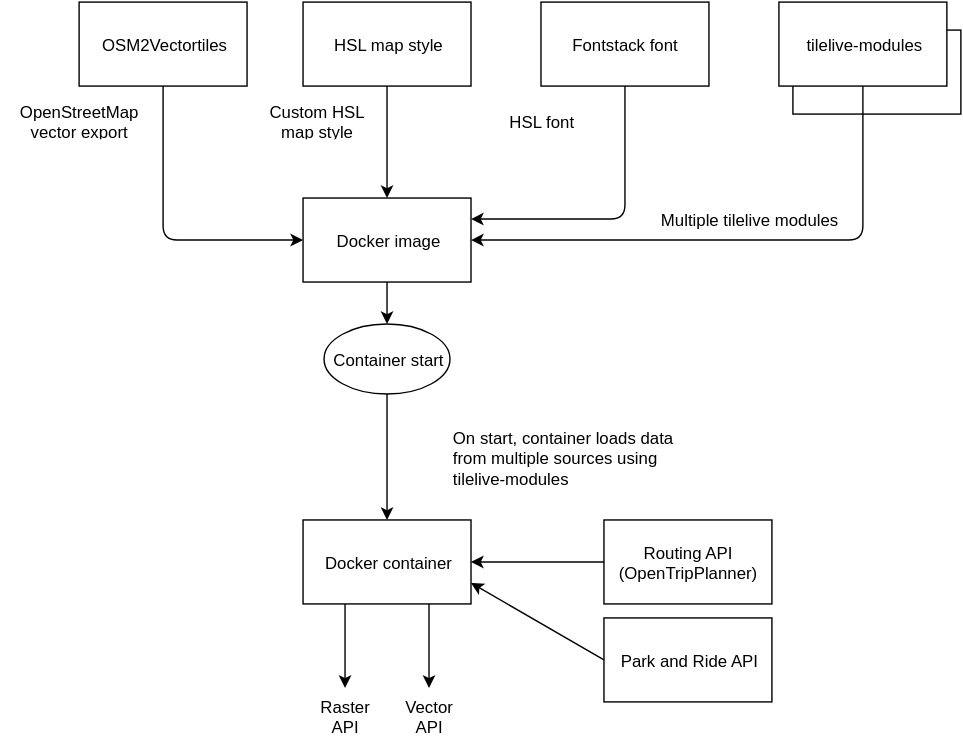
Earlier version of the draw.io export pages/en/developers/apis/3-map-api/x-service-architecture/architecture.svg (HSLdevcom/digitransit-site). Source tidied: cells renumbered, new cells last; positions are measured from the earlier drawing's top-left corner, leaving out a move shared by most shapes. Its diagram source:
```xml
<mxGraphModel background="#ffffff">
  <root>
    <mxCell id="0" />
    <mxCell id="1" parent="0" />
    <mxCell id="2" value="&lt;div style=&quot;text-align: center&quot;&gt;&lt;span&gt;HSL map style&lt;/span&gt;&lt;span&gt;&lt;br&gt;&lt;/span&gt;&lt;/div&gt;" style="whiteSpace=wrap;html=1;rounded=0;shadow=0;glass=0;strokeColor=#000000;fillColor=#FFFFFF;align=center;" parent="1" vertex="1">
      <mxGeometry x="215" width="120" height="60" as="geometry" />
    </mxCell>
    <mxCell id="3" value="&lt;div style=&quot;text-align: center&quot;&gt;Docker image&lt;/div&gt;" style="whiteSpace=wrap;html=1;rounded=0;shadow=0;glass=0;strokeColor=#000000;fillColor=#FFFFFF;align=center;" parent="1" vertex="1">
      <mxGeometry x="215" y="140" width="120" height="60" as="geometry" />
    </mxCell>
    <mxCell id="4" value="&lt;div style=&quot;text-align: center&quot;&gt;OSM2Vectortiles&lt;/div&gt;" style="whiteSpace=wrap;html=1;rounded=0;shadow=0;glass=0;strokeColor=#000000;fillColor=#FFFFFF;align=center;" parent="1" vertex="1">
      <mxGeometry x="55" width="120" height="60" as="geometry" />
    </mxCell>
    <mxCell id="5" value="&lt;div style=&quot;text-align: center&quot;&gt;&lt;span style=&quot;line-height: 1.2&quot;&gt;tilelive-modules&lt;br&gt;&lt;/span&gt;&lt;/div&gt;" style="whiteSpace=wrap;html=1;rounded=0;shadow=0;glass=0;strokeColor=#000000;fillColor=#FFFFFF;align=center;" parent="1" vertex="1">
      <mxGeometry x="565" y="20" width="120" height="60" as="geometry" />
    </mxCell>
    <mxCell id="6" style="endArrow=classic;html=1;exitX=0.5;exitY=1;entryX=0;entryY=0.5;" parent="1" edge="1" source="4" target="3">
      <mxGeometry relative="1" as="geometry">
        <Array as="points">
          <mxPoint x="115" y="170" />
        </Array>
      </mxGeometry>
    </mxCell>
    <mxCell id="7" style="endArrow=classic;html=1;exitX=0.5;exitY=1;entryX=0.5;entryY=0;" parent="1" edge="1" source="2" target="3">
      <mxGeometry relative="1" as="geometry" />
    </mxCell>
    <mxCell id="8" style="endArrow=classic;html=1;exitX=0.5;exitY=1;entryX=0.5;entryY=0;" parent="1" edge="1" source="3" target="15">
      <mxGeometry relative="1" as="geometry" />
    </mxCell>
    <mxCell id="9" value="OpenStreetMap vector export" style="text;html=1;strokeColor=none;fillColor=none;align=center;verticalAlign=middle;whiteSpace=wrap;overflow=hidden;rounded=0;shadow=0;glass=0;" parent="1" vertex="1">
      <mxGeometry y="70" width="110" height="30" as="geometry" />
    </mxCell>
    <mxCell id="10" value="&lt;div style=&quot;text-align: center&quot;&gt;&lt;span&gt;Fontstack font&lt;/span&gt;&lt;span&gt;&lt;br&gt;&lt;/span&gt;&lt;/div&gt;" style="whiteSpace=wrap;html=1;rounded=0;shadow=0;glass=0;strokeColor=#000000;fillColor=#FFFFFF;align=center;" parent="1" vertex="1">
      <mxGeometry x="385" width="120" height="60" as="geometry" />
    </mxCell>
    <mxCell id="11" style="endArrow=classic;html=1;exitX=0.5;exitY=1;entryX=1;entryY=0.25;" parent="1" edge="1" source="10" target="3">
      <mxGeometry x="287" y="100" as="geometry">
        <Array as="points">
          <mxPoint x="445" y="155" />
        </Array>
      </mxGeometry>
    </mxCell>
    <mxCell id="12" value="Custom HSL map style" style="text;html=1;strokeColor=none;fillColor=none;align=center;verticalAlign=middle;whiteSpace=wrap;overflow=hidden;rounded=0;shadow=0;glass=0;" parent="1" vertex="1">
      <mxGeometry x="185" y="70" width="80" height="30" as="geometry" />
    </mxCell>
    <mxCell id="13" value="HSL font" style="text;html=1;strokeColor=none;fillColor=none;align=center;verticalAlign=middle;whiteSpace=wrap;overflow=hidden;rounded=0;shadow=0;glass=0;" parent="1" vertex="1">
      <mxGeometry x="340" y="70" width="90" height="30" as="geometry" />
    </mxCell>
    <mxCell id="14" style="edgeStyle=orthogonalEdgeStyle;rounded=0;html=1;exitX=0.5;exitY=1;jettySize=auto;orthogonalLoop=1;" parent="1" edge="1" source="9" target="9">
      <mxGeometry relative="1" as="geometry" />
    </mxCell>
    <mxCell id="15" value="Container start" style="ellipse;whiteSpace=wrap;html=1;align=center;" parent="1" vertex="1">
      <mxGeometry x="230" y="230" width="90" height="50" as="geometry" />
    </mxCell>
    <mxCell id="16" value="&lt;div style=&quot;text-align: center&quot;&gt;&lt;span style=&quot;line-height: 1.2&quot;&gt;tilelive-modules&lt;br&gt;&lt;/span&gt;&lt;/div&gt;" style="whiteSpace=wrap;html=1;rounded=0;shadow=0;glass=0;strokeColor=#000000;fillColor=#FFFFFF;align=center;" parent="1" vertex="1">
      <mxGeometry x="555" width="120" height="60" as="geometry" />
    </mxCell>
    <mxCell id="17" style="endArrow=classic;html=1;exitX=0.5;exitY=1;entryX=1;entryY=0.5;" parent="1" edge="1" source="16" target="3">
      <mxGeometry x="297" y="110" as="geometry">
        <Array as="points">
          <mxPoint x="615" y="170" />
        </Array>
      </mxGeometry>
    </mxCell>
    <mxCell id="18" value="Multiple tilelive modules" style="text;html=1;strokeColor=none;fillColor=none;align=center;verticalAlign=middle;whiteSpace=wrap;overflow=hidden;rounded=0;shadow=0;glass=0;" parent="1" vertex="1">
      <mxGeometry x="445" y="140" width="175" height="30" as="geometry" />
    </mxCell>
    <mxCell id="19" value="&lt;div style=&quot;text-align: center&quot;&gt;Routing API (OpenTripPlanner)&lt;/div&gt;" style="whiteSpace=wrap;html=1;rounded=0;shadow=0;glass=0;strokeColor=#000000;fillColor=#FFFFFF;align=center;" parent="1" vertex="1">
      <mxGeometry x="430" y="370" width="120" height="60" as="geometry" />
    </mxCell>
    <mxCell id="20" value="&lt;div style=&quot;text-align: center&quot;&gt;Park and Ride API&lt;/div&gt;" style="whiteSpace=wrap;html=1;rounded=0;shadow=0;glass=0;strokeColor=#000000;fillColor=#FFFFFF;align=center;" parent="1" vertex="1">
      <mxGeometry x="430" y="440" width="120" height="60" as="geometry" />
    </mxCell>
    <mxCell id="21" value="&lt;div style=&quot;text-align: center&quot;&gt;Docker container&lt;/div&gt;" style="whiteSpace=wrap;html=1;rounded=0;shadow=0;glass=0;strokeColor=#000000;fillColor=#FFFFFF;align=center;" parent="1" vertex="1">
      <mxGeometry x="215" y="370" width="120" height="60" as="geometry" />
    </mxCell>
    <mxCell id="22" style="endArrow=classic;html=1;exitX=0.5;exitY=1;entryX=0.5;entryY=0;" parent="1" edge="1" source="15" target="21">
      <mxGeometry x="360" y="240" as="geometry" />
    </mxCell>
    <mxCell id="23" style="endArrow=classic;html=1;exitX=0;exitY=0.5;entryX=1;entryY=0.75;" parent="1" edge="1" source="20" target="21">
      <mxGeometry x="307" y="120" as="geometry" />
    </mxCell>
    <mxCell id="24" style="endArrow=classic;html=1;exitX=0;exitY=0.5;entryX=1;entryY=0.5;" parent="1" edge="1" source="19" target="21">
      <mxGeometry relative="1" as="geometry" />
    </mxCell>
    <mxCell id="25" style="edgeStyle=orthogonalEdgeStyle;rounded=0;html=1;exitX=0;exitY=0.5;entryX=0;entryY=0.5;jettySize=auto;orthogonalLoop=1;" parent="1" edge="1" source="19" target="19">
      <mxGeometry relative="1" as="geometry" />
    </mxCell>
    <mxCell id="26" value="On start, container loads data from multiple sources using tilelive-modules" style="text;html=1;strokeColor=none;fillColor=none;align=left;verticalAlign=middle;whiteSpace=wrap;overflow=hidden;rounded=0;shadow=0;glass=0;" parent="1" vertex="1">
      <mxGeometry x="320" y="290" width="180" height="70" as="geometry" />
    </mxCell>
    <mxCell id="27" style="endArrow=classic;html=1;exitX=0.25;exitY=1;" parent="1" edge="1" source="21">
      <mxGeometry x="340" y="400" as="geometry">
        <mxPoint x="245" y="490" as="targetPoint" />
      </mxGeometry>
    </mxCell>
    <mxCell id="28" style="endArrow=classic;html=1;exitX=0.75;exitY=1;" parent="1" edge="1" source="21">
      <mxGeometry x="350" y="410" as="geometry">
        <mxPoint x="305" y="490" as="targetPoint" />
      </mxGeometry>
    </mxCell>
    <mxCell id="29" value="Raster API" style="text;html=1;strokeColor=none;fillColor=none;align=center;verticalAlign=middle;whiteSpace=wrap;overflow=hidden;" parent="1" vertex="1">
      <mxGeometry x="215" y="490" width="60" height="40" as="geometry" />
    </mxCell>
    <mxCell id="30" value="Vector API" style="text;html=1;strokeColor=none;fillColor=none;align=center;verticalAlign=middle;whiteSpace=wrap;overflow=hidden;" parent="1" vertex="1">
      <mxGeometry x="275" y="490" width="60" height="40" as="geometry" />
    </mxCell>
  </root>
</mxGraphModel>
```
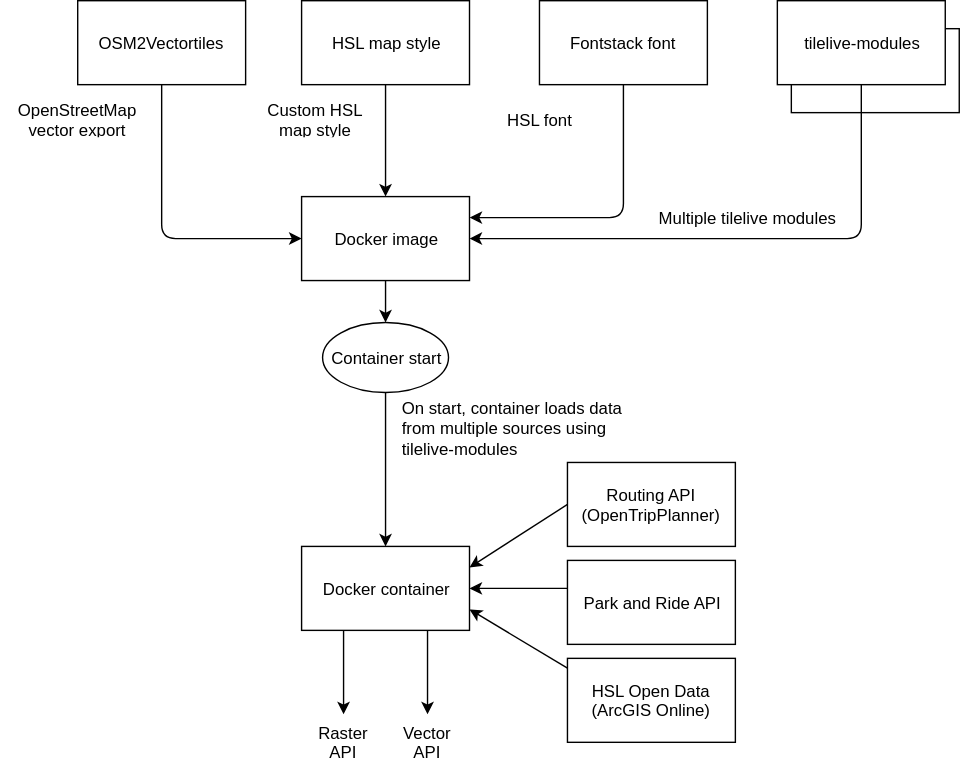
Later version of the same file.

What changed in the source:
```diff
@@ -66,44 +66,53 @@
       <mxGeometry x="445" y="140" width="175" height="30" as="geometry" />
     </mxCell>
     <mxCell id="19" value="&lt;div style=&quot;text-align: center&quot;&gt;Routing API (OpenTripPlanner)&lt;/div&gt;" style="whiteSpace=wrap;html=1;rounded=0;shadow=0;glass=0;strokeColor=#000000;fillColor=#FFFFFF;align=center;" parent="1" vertex="1">
-      <mxGeometry x="430" y="370" width="120" height="60" as="geometry" />
+      <mxGeometry x="405" y="330" width="120" height="60" as="geometry" />
     </mxCell>
     <mxCell id="20" value="&lt;div style=&quot;text-align: center&quot;&gt;Park and Ride API&lt;/div&gt;" style="whiteSpace=wrap;html=1;rounded=0;shadow=0;glass=0;strokeColor=#000000;fillColor=#FFFFFF;align=center;" parent="1" vertex="1">
-      <mxGeometry x="430" y="440" width="120" height="60" as="geometry" />
+      <mxGeometry x="405" y="400" width="120" height="60" as="geometry" />
     </mxCell>
     <mxCell id="21" value="&lt;div style=&quot;text-align: center&quot;&gt;Docker container&lt;/div&gt;" style="whiteSpace=wrap;html=1;rounded=0;shadow=0;glass=0;strokeColor=#000000;fillColor=#FFFFFF;align=center;" parent="1" vertex="1">
-      <mxGeometry x="215" y="370" width="120" height="60" as="geometry" />
+      <mxGeometry x="215" y="390" width="120" height="60" as="geometry" />
     </mxCell>
     <mxCell id="22" style="endArrow=classic;html=1;exitX=0.5;exitY=1;entryX=0.5;entryY=0;" parent="1" edge="1" source="15" target="21">
       <mxGeometry x="360" y="240" as="geometry" />
     </mxCell>
-    <mxCell id="23" style="endArrow=classic;html=1;exitX=0;exitY=0.5;entryX=1;entryY=0.75;" parent="1" edge="1" source="20" target="21">
-      <mxGeometry x="307" y="120" as="geometry" />
+    <mxCell id="23" style="endArrow=classic;html=1;" parent="1" edge="1">
+      <mxGeometry x="307" y="130" as="geometry">
+        <mxPoint x="405" y="420" as="sourcePoint" />
+        <mxPoint x="335" y="420" as="targetPoint" />
+      </mxGeometry>
     </mxCell>
-    <mxCell id="24" style="endArrow=classic;html=1;exitX=0;exitY=0.5;entryX=1;entryY=0.5;" parent="1" edge="1" source="19" target="21">
+    <mxCell id="24" style="endArrow=classic;html=1;exitX=0;exitY=0.5;entryX=1;entryY=0.25;" parent="1" edge="1" source="19" target="21">
       <mxGeometry relative="1" as="geometry" />
     </mxCell>
     <mxCell id="25" style="edgeStyle=orthogonalEdgeStyle;rounded=0;html=1;exitX=0;exitY=0.5;entryX=0;entryY=0.5;jettySize=auto;orthogonalLoop=1;" parent="1" edge="1" source="19" target="19">
       <mxGeometry relative="1" as="geometry" />
     </mxCell>
     <mxCell id="26" value="On start, container loads data from multiple sources using tilelive-modules" style="text;html=1;strokeColor=none;fillColor=none;align=left;verticalAlign=middle;whiteSpace=wrap;overflow=hidden;rounded=0;shadow=0;glass=0;" parent="1" vertex="1">
-      <mxGeometry x="320" y="290" width="180" height="70" as="geometry" />
+      <mxGeometry x="285" y="270" width="180" height="70" as="geometry" />
     </mxCell>
     <mxCell id="27" style="endArrow=classic;html=1;exitX=0.25;exitY=1;" parent="1" edge="1" source="21">
-      <mxGeometry x="340" y="400" as="geometry">
-        <mxPoint x="245" y="490" as="targetPoint" />
+      <mxGeometry x="340" y="420" as="geometry">
+        <mxPoint x="245" y="510" as="targetPoint" />
       </mxGeometry>
     </mxCell>
     <mxCell id="28" style="endArrow=classic;html=1;exitX=0.75;exitY=1;" parent="1" edge="1" source="21">
-      <mxGeometry x="350" y="410" as="geometry">
-        <mxPoint x="305" y="490" as="targetPoint" />
+      <mxGeometry x="350" y="430" as="geometry">
+        <mxPoint x="305" y="510" as="targetPoint" />
       </mxGeometry>
     </mxCell>
     <mxCell id="29" value="Raster API" style="text;html=1;strokeColor=none;fillColor=none;align=center;verticalAlign=middle;whiteSpace=wrap;overflow=hidden;" parent="1" vertex="1">
-      <mxGeometry x="215" y="490" width="60" height="40" as="geometry" />
+      <mxGeometry x="215" y="510" width="60" height="40" as="geometry" />
     </mxCell>
     <mxCell id="30" value="Vector API" style="text;html=1;strokeColor=none;fillColor=none;align=center;verticalAlign=middle;whiteSpace=wrap;overflow=hidden;" parent="1" vertex="1">
-      <mxGeometry x="275" y="490" width="60" height="40" as="geometry" />
+      <mxGeometry x="275" y="510" width="60" height="40" as="geometry" />
     </mxCell>
+    <mxCell id="31" value="&lt;div style=&quot;text-align: center&quot;&gt;HSL Open Data (ArcGIS Online)&lt;/div&gt;" style="whiteSpace=wrap;html=1;rounded=0;shadow=0;glass=0;strokeColor=#000000;fillColor=#FFFFFF;align=center;" parent="1" vertex="1">
+      <mxGeometry x="405" y="470" width="120" height="60" as="geometry" />
+    </mxCell>
+    <mxCell id="32" style="endArrow=classic;html=1;exitX=0;exitY=0.117;exitPerimeter=0;entryX=1;entryY=0.75;" parent="1" edge="1" source="31" target="21">
+      <mxGeometry x="307" y="168" as="geometry" />
+    </mxCell>
   </root>
 </mxGraphModel>
```
